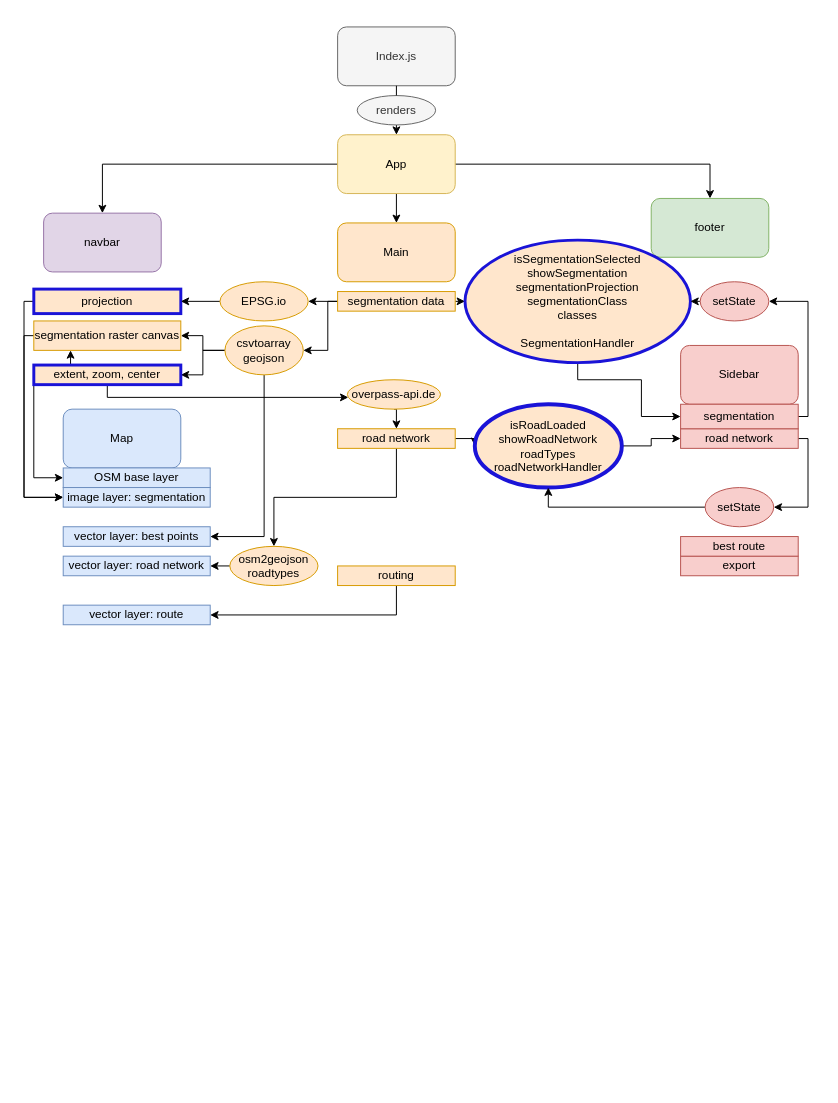
Earlier version of the draw.io diagram docs/Aufbau.drawio (silvioschwarz/ufz-internship). Source tidied: cells renumbered, new cells numbered last; positions are measured from the earlier drawing's top-left corner, leaving out a move shared by most shapes. Both pictures are drawn from the tidied source at 98%, with x=0, y=0 at pixel (24, 26).
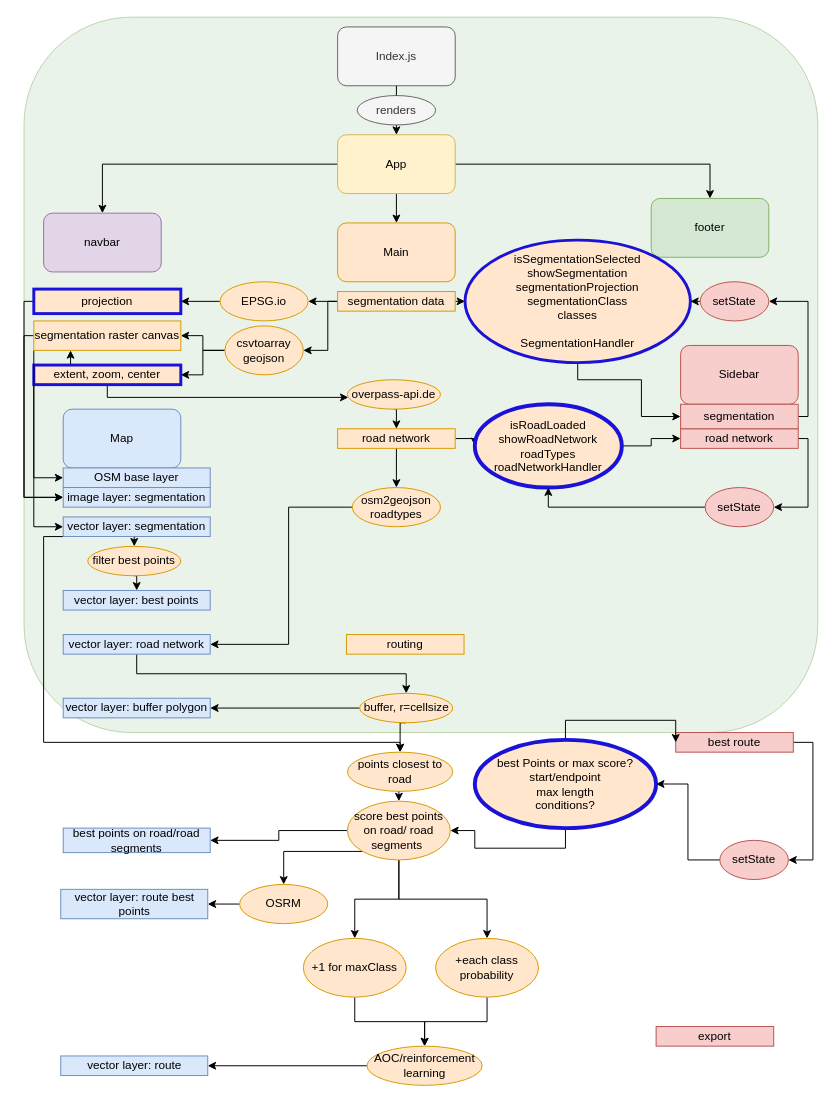
Above is the later version.

Commit message (it also covers changes not shown here):
added best Points route via OSRM, fixed canvas blur

The change refers to these unchanged cells:
```xml
<mxCell id="31" value="segmentation raster canvas" style="rounded=0;whiteSpace=wrap;html=1;fillColor=#ffe6cc;strokeColor=#d79b00;" parent="1" vertex="1">
  <mxGeometry x="10" y="300" width="150" height="30" as="geometry" />
</mxCell>
<mxCell id="38" value="csvtoarray&lt;br&gt;geojson" style="ellipse;whiteSpace=wrap;html=1;fillColor=#ffe6cc;strokeColor=#d79b00;" parent="1" vertex="1">
  <mxGeometry x="205" y="305" width="80" height="50" as="geometry" />
</mxCell>
```

The edit, as a diff of the source:
```diff
@@
+    <mxCell id="61" style="rounded=1;whiteSpace=wrap;html=1;fillColor=#d5e8d4;strokeColor=#82b366;opacity=50;" parent="1" vertex="1">
+      <mxGeometry y="-10" width="810" height="730" as="geometry" />
+    </mxCell>
@@
-    <mxCell id="22" style="edgeStyle=orthogonalEdgeStyle;rounded=0;jettySize=auto;html=1;exitX=0.5;exitY=1;exitDx=0;exitDy=0;entryX=1;entryY=0.5;entryDx=0;entryDy=0;" parent="1" edge="1" source="23" target="35">
-      <mxGeometry relative="1" as="geometry" />
-    </mxCell>
     <mxCell id="23" value="routing" style="rounded=0;whiteSpace=wrap;html=1;fillColor=#ffe6cc;strokeColor=#d79b00;" parent="1" vertex="1">
-      <mxGeometry x="320" y="550" width="120" height="20" as="geometry" />
+      <mxGeometry x="329" y="620" width="120" height="20" as="geometry" />
     </mxCell>
@@
+    <mxCell id="62" style="edgeStyle=orthogonalEdgeStyle;rounded=0;jettySize=auto;html=1;exitX=0;exitY=1;exitDx=0;exitDy=0;entryX=0;entryY=0.5;entryDx=0;entryDy=0;" parent="1" edge="1" source="31" target="67">
+      <mxGeometry relative="1" as="geometry" />
+    </mxCell>
@@
+    <mxCell id="63" style="edgeStyle=orthogonalEdgeStyle;rounded=0;jettySize=auto;html=1;exitX=0.5;exitY=1;exitDx=0;exitDy=0;entryX=0.5;entryY=0;entryDx=0;entryDy=0;" parent="1" edge="1" source="34" target="72">
+      <mxGeometry relative="1" as="geometry" />
+    </mxCell>
     <mxCell id="34" value="vector layer: road network" style="rounded=0;whiteSpace=wrap;html=1;fillColor=#dae8fc;strokeColor=#6c8ebf;" parent="1" vertex="1">
-      <mxGeometry x="40" y="540" width="150" height="20" as="geometry" />
+      <mxGeometry x="40" y="620" width="150" height="20" as="geometry" />
     </mxCell>
     <mxCell id="35" value="vector layer: route" style="rounded=0;whiteSpace=wrap;html=1;fillColor=#dae8fc;strokeColor=#6c8ebf;" parent="1" vertex="1">
-      <mxGeometry x="40" y="590" width="150" height="20" as="geometry" />
+      <mxGeometry x="37.5" y="1050" width="150" height="20" as="geometry" />
     </mxCell>
     <mxCell id="36" value="vector layer: best points" style="rounded=0;whiteSpace=wrap;html=1;fillColor=#dae8fc;strokeColor=#6c8ebf;" parent="1" vertex="1">
-      <mxGeometry x="40" y="510" width="150" height="20" as="geometry" />
+      <mxGeometry x="40" y="575" width="150" height="20" as="geometry" />
     </mxCell>
-    <mxCell id="37" style="edgeStyle=orthogonalEdgeStyle;rounded=0;jettySize=auto;html=1;exitX=0.5;exitY=1;exitDx=0;exitDy=0;entryX=1;entryY=0.5;entryDx=0;entryDy=0;" parent="1" edge="1" source="38" target="36">
-      <mxGeometry relative="1" as="geometry" />
-    </mxCell>
@@
     <mxCell id="39" style="edgeStyle=orthogonalEdgeStyle;rounded=0;jettySize=auto;html=1;exitX=0;exitY=0.5;exitDx=0;exitDy=0;entryX=1;entryY=0.5;entryDx=0;entryDy=0;" parent="1" edge="1" source="40" target="34">
       <mxGeometry relative="1" as="geometry">
         <Array as="points">
-          <mxPoint x="200" y="550" />
-          <mxPoint x="200" y="550" />
+          <mxPoint x="270" y="490" />
+          <mxPoint x="270" y="630" />
         </Array>
       </mxGeometry>
     </mxCell>
     <mxCell id="40" value="osm2geojson&lt;br&gt;roadtypes" style="ellipse;whiteSpace=wrap;html=1;fillColor=#ffe6cc;strokeColor=#d79b00;" parent="1" vertex="1">
-      <mxGeometry x="210" y="530" width="90" height="40" as="geometry" />
+      <mxGeometry x="335" y="470" width="90" height="40" as="geometry" />
     </mxCell>
     <mxCell id="41" value="export" style="rounded=0;whiteSpace=wrap;html=1;fillColor=#f8cecc;strokeColor=#b85450;" parent="1" vertex="1">
-      <mxGeometry x="670" y="540" width="120" height="20" as="geometry" />
+      <mxGeometry x="645" y="1020" width="120" height="20" as="geometry" />
     </mxCell>
+    <mxCell id="64" style="edgeStyle=orthogonalEdgeStyle;rounded=0;jettySize=auto;html=1;exitX=1;exitY=0.5;exitDx=0;exitDy=0;entryX=1;entryY=0.5;entryDx=0;entryDy=0;" parent="1" edge="1" source="42" target="91">
+      <mxGeometry relative="1" as="geometry" />
+    </mxCell>
     <mxCell id="42" value="best route" style="rounded=0;whiteSpace=wrap;html=1;fillColor=#f8cecc;strokeColor=#b85450;" parent="1" vertex="1">
-      <mxGeometry x="670" y="520" width="120" height="20" as="geometry" />
+      <mxGeometry x="665" y="720" width="120" height="20" as="geometry" />
     </mxCell>
@@
+    <mxCell id="65" style="edgeStyle=orthogonalEdgeStyle;rounded=0;jettySize=auto;html=1;exitX=0.5;exitY=1;exitDx=0;exitDy=0;entryX=0.5;entryY=0;entryDx=0;entryDy=0;" parent="1" edge="1" source="67" target="69">
+      <mxGeometry relative="1" as="geometry" />
+    </mxCell>
+    <mxCell id="66" style="edgeStyle=orthogonalEdgeStyle;rounded=0;jettySize=auto;html=1;exitX=0;exitY=1;exitDx=0;exitDy=0;entryX=0.5;entryY=0;entryDx=0;entryDy=0;" parent="1" edge="1" source="67" target="82">
+      <mxGeometry relative="1" as="geometry">
+        <Array as="points">
+          <mxPoint x="20" y="520" />
+          <mxPoint x="20" y="730" />
+          <mxPoint x="384" y="730" />
+        </Array>
+      </mxGeometry>
+    </mxCell>
+    <mxCell id="67" value="vector layer: segmentation" style="rounded=0;whiteSpace=wrap;html=1;fillColor=#dae8fc;strokeColor=#6c8ebf;" parent="1" vertex="1">
+      <mxGeometry x="40" y="500" width="150" height="20" as="geometry" />
+    </mxCell>
+    <mxCell id="68" style="edgeStyle=orthogonalEdgeStyle;rounded=0;jettySize=auto;html=1;exitX=0.5;exitY=1;exitDx=0;exitDy=0;entryX=0.5;entryY=0;entryDx=0;entryDy=0;" parent="1" edge="1" source="69" target="36">
+      <mxGeometry relative="1" as="geometry" />
+    </mxCell>
+    <mxCell id="69" value="filter best points" style="ellipse;whiteSpace=wrap;html=1;fillColor=#ffe6cc;strokeColor=#d79b00;" parent="1" vertex="1">
+      <mxGeometry x="65" y="530" width="95" height="30" as="geometry" />
+    </mxCell>
+    <mxCell id="70" style="edgeStyle=orthogonalEdgeStyle;rounded=0;jettySize=auto;html=1;exitX=0.5;exitY=1;exitDx=0;exitDy=0;entryX=0.5;entryY=0;entryDx=0;entryDy=0;" parent="1" edge="1" source="72" target="82">
+      <mxGeometry relative="1" as="geometry" />
+    </mxCell>
+    <mxCell id="71" style="edgeStyle=orthogonalEdgeStyle;rounded=0;jettySize=auto;html=1;exitX=0;exitY=0.5;exitDx=0;exitDy=0;" parent="1" edge="1" source="72" target="83">
+      <mxGeometry relative="1" as="geometry" />
+    </mxCell>
+    <mxCell id="72" value="buffer, r=cellsize" style="ellipse;whiteSpace=wrap;html=1;fillColor=#ffe6cc;strokeColor=#d79b00;" parent="1" vertex="1">
+      <mxGeometry x="342.5" y="680" width="95" height="30" as="geometry" />
+    </mxCell>
+    <mxCell id="73" value="best points on road/road segments" style="rounded=0;whiteSpace=wrap;html=1;fillColor=#dae8fc;strokeColor=#6c8ebf;" parent="1" vertex="1">
+      <mxGeometry x="40" y="817.5" width="150" height="25" as="geometry" />
+    </mxCell>
+    <mxCell id="74" style="edgeStyle=orthogonalEdgeStyle;rounded=0;jettySize=auto;html=1;exitX=0;exitY=0.5;exitDx=0;exitDy=0;entryX=1;entryY=0.5;entryDx=0;entryDy=0;" parent="1" edge="1" source="78" target="73">
+      <mxGeometry relative="1" as="geometry" />
+    </mxCell>
+    <mxCell id="75" style="edgeStyle=orthogonalEdgeStyle;rounded=0;jettySize=auto;html=1;exitX=0.5;exitY=1;exitDx=0;exitDy=0;" parent="1" edge="1" source="78" target="93">
+      <mxGeometry relative="1" as="geometry" />
+    </mxCell>
+    <mxCell id="76" style="edgeStyle=orthogonalEdgeStyle;rounded=0;jettySize=auto;html=1;exitX=0.5;exitY=1;exitDx=0;exitDy=0;entryX=0.5;entryY=0;entryDx=0;entryDy=0;" parent="1" edge="1" source="78" target="95">
+      <mxGeometry relative="1" as="geometry" />
+    </mxCell>
+    <mxCell id="77" style="edgeStyle=orthogonalEdgeStyle;rounded=0;jettySize=auto;html=1;exitX=0;exitY=1;exitDx=0;exitDy=0;entryX=0.5;entryY=0;entryDx=0;entryDy=0;" parent="1" edge="1" source="78" target="85">
+      <mxGeometry relative="1" as="geometry" />
+    </mxCell>
+    <mxCell id="78" value="score best points on road/ road segments&amp;nbsp;" style="ellipse;whiteSpace=wrap;html=1;fillColor=#ffe6cc;strokeColor=#d79b00;" parent="1" vertex="1">
+      <mxGeometry x="330" y="790" width="105" height="60" as="geometry" />
+    </mxCell>
+    <mxCell id="79" style="edgeStyle=orthogonalEdgeStyle;rounded=0;jettySize=auto;html=1;exitX=0;exitY=0.5;exitDx=0;exitDy=0;" parent="1" edge="1" source="80" target="35">
+      <mxGeometry relative="1" as="geometry" />
+    </mxCell>
+    <mxCell id="80" value="AOC/reinforcement learning" style="ellipse;whiteSpace=wrap;html=1;fillColor=#ffe6cc;strokeColor=#d79b00;" parent="1" vertex="1">
+      <mxGeometry x="350" y="1040" width="117.5" height="40" as="geometry" />
+    </mxCell>
+    <mxCell id="81" style="edgeStyle=orthogonalEdgeStyle;rounded=0;jettySize=auto;html=1;exitX=0.5;exitY=1;exitDx=0;exitDy=0;entryX=0.5;entryY=0;entryDx=0;entryDy=0;" parent="1" edge="1" source="82" target="78">
+      <mxGeometry relative="1" as="geometry" />
+    </mxCell>
+    <mxCell id="82" value="points closest to road" style="ellipse;whiteSpace=wrap;html=1;fillColor=#ffe6cc;strokeColor=#d79b00;" parent="1" vertex="1">
+      <mxGeometry x="330" y="740" width="107.5" height="40" as="geometry" />
+    </mxCell>
+    <mxCell id="83" value="vector layer: buffer polygon" style="rounded=0;whiteSpace=wrap;html=1;fillColor=#dae8fc;strokeColor=#6c8ebf;" parent="1" vertex="1">
+      <mxGeometry x="40" y="685" width="150" height="20" as="geometry" />
+    </mxCell>
+    <mxCell id="84" style="edgeStyle=orthogonalEdgeStyle;rounded=0;jettySize=auto;html=1;exitX=0;exitY=0.5;exitDx=0;exitDy=0;entryX=1;entryY=0.5;entryDx=0;entryDy=0;" parent="1" edge="1" source="85" target="86">
+      <mxGeometry relative="1" as="geometry" />
+    </mxCell>
+    <mxCell id="85" value="OSRM" style="ellipse;whiteSpace=wrap;html=1;fillColor=#ffe6cc;strokeColor=#d79b00;" parent="1" vertex="1">
+      <mxGeometry x="220" y="875" width="90" height="40" as="geometry" />
+    </mxCell>
+    <mxCell id="86" value="vector layer: route best points" style="rounded=0;whiteSpace=wrap;html=1;fillColor=#dae8fc;strokeColor=#6c8ebf;" parent="1" vertex="1">
+      <mxGeometry x="37.5" y="880" width="150" height="30" as="geometry" />
+    </mxCell>
+    <mxCell id="87" style="edgeStyle=orthogonalEdgeStyle;rounded=0;jettySize=auto;html=1;exitX=0.5;exitY=1;exitDx=0;exitDy=0;entryX=1;entryY=0.5;entryDx=0;entryDy=0;" parent="1" edge="1" source="89" target="78">
+      <mxGeometry relative="1" as="geometry">
+        <Array as="points">
+          <mxPoint x="553" y="838" />
+          <mxPoint x="460" y="838" />
+          <mxPoint x="460" y="820" />
+        </Array>
+      </mxGeometry>
+    </mxCell>
+    <mxCell id="88" style="edgeStyle=orthogonalEdgeStyle;rounded=0;jettySize=auto;html=1;exitX=0.5;exitY=0;exitDx=0;exitDy=0;entryX=0;entryY=0.5;entryDx=0;entryDy=0;" parent="1" edge="1" source="89" target="42">
+      <mxGeometry relative="1" as="geometry" />
+    </mxCell>
+    <mxCell id="89" value="best Points or max score?&lt;br&gt;start/endpoint&lt;br&gt;max length&lt;br&gt;conditions?" style="ellipse;whiteSpace=wrap;html=1;fillColor=#ffe6cc;strokeColor=#1A13D7;strokeWidth=4;" parent="1" vertex="1">
+      <mxGeometry x="460" y="727.5" width="185" height="90" as="geometry" />
+    </mxCell>
+    <mxCell id="90" style="edgeStyle=orthogonalEdgeStyle;rounded=0;jettySize=auto;html=1;exitX=0;exitY=0.5;exitDx=0;exitDy=0;entryX=1;entryY=0.5;entryDx=0;entryDy=0;" parent="1" edge="1" source="91" target="89">
+      <mxGeometry relative="1" as="geometry" />
+    </mxCell>
+    <mxCell id="91" value="setState" style="ellipse;whiteSpace=wrap;html=1;labelBackgroundColor=none;labelBorderColor=none;fillColor=#f8cecc;strokeColor=#b85450;" parent="1" vertex="1">
+      <mxGeometry x="710" y="830" width="70" height="40" as="geometry" />
+    </mxCell>
+    <mxCell id="92" style="edgeStyle=orthogonalEdgeStyle;rounded=0;jettySize=auto;html=1;" parent="1" edge="1" source="93" target="80">
+      <mxGeometry relative="1" as="geometry" />
+    </mxCell>
+    <mxCell id="93" value="+each class probability" style="ellipse;whiteSpace=wrap;html=1;fillColor=#ffe6cc;strokeColor=#d79b00;" parent="1" vertex="1">
+      <mxGeometry x="420" y="930" width="105" height="60" as="geometry" />
+    </mxCell>
+    <mxCell id="94" style="edgeStyle=orthogonalEdgeStyle;rounded=0;jettySize=auto;html=1;exitX=0.5;exitY=1;exitDx=0;exitDy=0;entryX=0.5;entryY=0;entryDx=0;entryDy=0;" parent="1" edge="1" source="95" target="80">
+      <mxGeometry relative="1" as="geometry" />
+    </mxCell>
+    <mxCell id="95" value="+1 for maxClass" style="ellipse;whiteSpace=wrap;html=1;fillColor=#ffe6cc;strokeColor=#d79b00;" parent="1" vertex="1">
+      <mxGeometry x="285" y="930" width="105" height="60" as="geometry" />
+    </mxCell>
```
